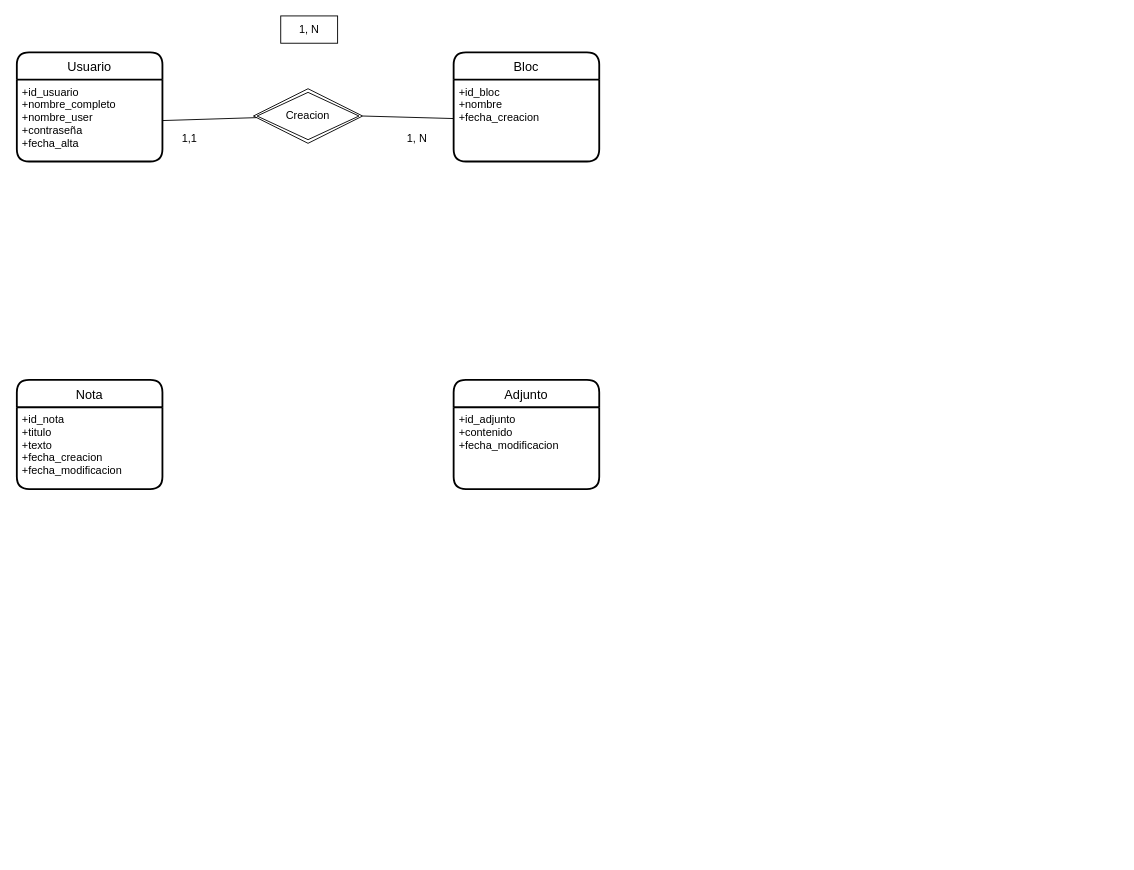
marcosfernandezlopez/Laboratorio-de-redes-y-sistemas-operativos keeps this draw.io diagram as Diagrama sin título.drawio. Above is the earlier version. Source tidied: cells renumbered, new cells numbered last; positions are measured from the earlier drawing's top-left corner, leaving out a move shared by most shapes. Both pictures are drawn from the tidied source at 91%, with x=0, y=0 at pixel (16, 15).
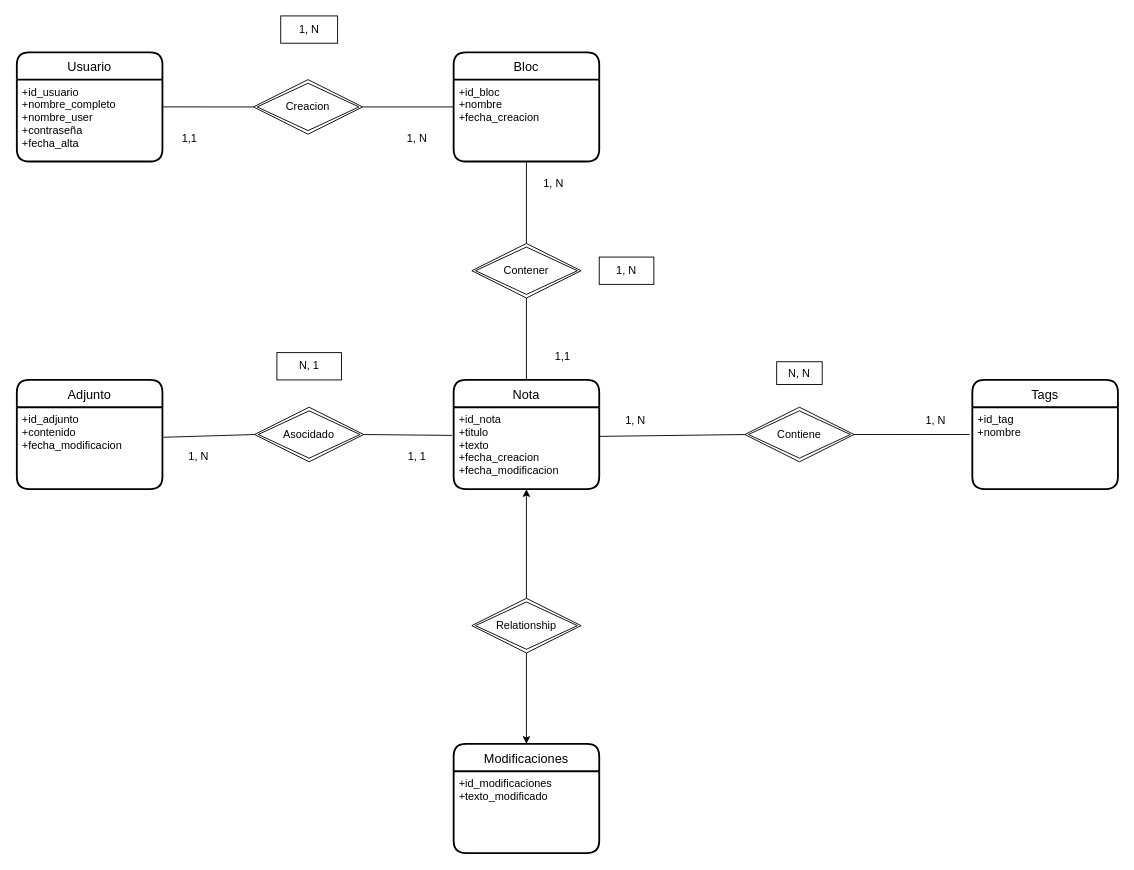
The same diagram, later.

The change refers to these unchanged cells:
```xml
<mxCell id="3" value="+id_usuario&#10;+nombre_completo&#10;+nombre_user&#10;+contraseña&#10;+fecha_alta&#10;" style="align=left;strokeColor=none;fillColor=none;spacingLeft=4;fontSize=12;verticalAlign=top;" parent="2" vertex="1">
  <mxGeometry y="30" width="160" height="90" as="geometry" />
</mxCell>
<mxCell id="4" value="Bloc" style="swimlane;horizontal=1;startSize=30;rounded=1;fontSize=14;fontStyle=0;strokeWidth=2;shadow=0;dashed=0;align=center;" parent="1" vertex="1">
  <mxGeometry x="480" y="40" width="160" height="120" as="geometry" />
</mxCell>
<mxCell id="5" value="+id_bloc&#10;+nombre&#10;+fecha_creacion" style="align=left;strokeColor=none;fillColor=none;spacingLeft=4;fontSize=12;verticalAlign=top;" parent="4" vertex="1">
  <mxGeometry y="30" width="160" height="90" as="geometry" />
</mxCell>
<mxCell id="7" value="+id_nota&#10;+titulo&#10;+texto&#10;+fecha_creacion&#10;+fecha_modificacion" style="align=left;strokeColor=none;fillColor=none;spacingLeft=4;fontSize=12;verticalAlign=top;" parent="6" vertex="1">
  <mxGeometry y="30" width="160" height="90" as="geometry" />
</mxCell>
<mxCell id="9" value="+id_adjunto&#10;+contenido&#10;+fecha_modificacion" style="align=left;strokeColor=none;fillColor=none;spacingLeft=4;fontSize=12;verticalAlign=top;" parent="8" vertex="1">
  <mxGeometry y="30" width="160" height="90" as="geometry" />
</mxCell>
```

What changed in the source:
```diff
@@
     <mxCell id="6" value="Nota" style="swimlane;horizontal=1;startSize=30;rounded=1;fontSize=14;fontStyle=0;strokeWidth=2;shadow=0;dashed=0;align=center;" parent="1" vertex="1">
-      <mxGeometry y="400" width="160" height="120" as="geometry" />
+      <mxGeometry x="480" y="400" width="160" height="120" as="geometry" />
     </mxCell>
@@
     <mxCell id="8" value="Adjunto" style="swimlane;horizontal=1;startSize=30;rounded=1;fontSize=14;fontStyle=0;strokeWidth=2;shadow=0;dashed=0;align=center;" parent="1" vertex="1">
-      <mxGeometry x="480" y="400" width="160" height="120" as="geometry" />
+      <mxGeometry y="400" width="160" height="120" as="geometry" />
     </mxCell>
@@
     <mxCell id="10" value="Creacion" style="shape=rhombus;double=1;perimeter=rhombusPerimeter;whiteSpace=wrap;html=1;align=center;" parent="1" vertex="1">
-      <mxGeometry x="260" y="80" width="120" height="60" as="geometry" />
+      <mxGeometry x="260" y="70" width="120" height="60" as="geometry" />
     </mxCell>
-    <mxCell id="11" style="endArrow=none;html=1;rounded=0;exitX=1;exitY=0.5;exitDx=0;exitDy=0;" parent="1" edge="1" source="3" target="10">
+    <mxCell id="11" style="endArrow=none;html=1;rounded=0;exitX=1;exitY=0.333;exitDx=0;exitDy=0;exitPerimeter=0;entryX=0;entryY=0.5;entryDx=0;entryDy=0;" parent="1" edge="1" source="3" target="10">
       <mxGeometry relative="1" as="geometry" />
     </mxCell>
-    <mxCell id="12" style="endArrow=none;html=1;rounded=0;" parent="1" edge="1" target="5">
-      <mxGeometry relative="1" as="geometry">
-        <mxPoint x="380" y="110" as="sourcePoint" />
-      </mxGeometry>
+    <mxCell id="12" style="endArrow=none;html=1;rounded=0;exitX=1;exitY=0.5;exitDx=0;exitDy=0;entryX=0;entryY=0.5;entryDx=0;entryDy=0;" parent="1" edge="1" source="10" target="4">
+      <mxGeometry relative="1" as="geometry" />
     </mxCell>
@@
+    <mxCell id="16" value="Contener" style="shape=rhombus;double=1;perimeter=rhombusPerimeter;whiteSpace=wrap;html=1;align=center;" parent="1" vertex="1">
+      <mxGeometry x="500" y="250" width="120" height="60" as="geometry" />
+    </mxCell>
+    <mxCell id="17" style="endArrow=none;html=1;rounded=0;entryX=0.5;entryY=1;entryDx=0;entryDy=0;exitX=0.5;exitY=0;exitDx=0;exitDy=0;" parent="1" edge="1" source="16" target="5">
+      <mxGeometry relative="1" as="geometry" />
+    </mxCell>
+    <mxCell id="18" style="endArrow=none;html=1;rounded=0;exitX=0.5;exitY=0;exitDx=0;exitDy=0;entryX=0.5;entryY=1;entryDx=0;entryDy=0;" parent="1" edge="1" source="6" target="16">
+      <mxGeometry relative="1" as="geometry" />
+    </mxCell>
+    <mxCell id="19" value="1, N" style="text;html=1;strokeColor=none;fillColor=none;align=center;verticalAlign=middle;whiteSpace=wrap;rounded=0;" parent="1" vertex="1">
+      <mxGeometry x="560" y="170" width="60" height="30" as="geometry" />
+    </mxCell>
+    <mxCell id="20" value="1,1" style="text;html=1;strokeColor=none;fillColor=none;align=center;verticalAlign=middle;whiteSpace=wrap;rounded=0;" parent="1" vertex="1">
+      <mxGeometry x="570" y="360" width="60" height="30" as="geometry" />
+    </mxCell>
+    <mxCell id="21" value="1, N" style="rounded=0;whiteSpace=wrap;html=1;" parent="1" vertex="1">
+      <mxGeometry x="640" y="265" width="60" height="30" as="geometry" />
+    </mxCell>
+    <mxCell id="22" value="Asocidado" style="shape=rhombus;double=1;perimeter=rhombusPerimeter;whiteSpace=wrap;html=1;align=center;" parent="1" vertex="1">
+      <mxGeometry x="261.2" y="430" width="120" height="60" as="geometry" />
+    </mxCell>
+    <mxCell id="23" style="endArrow=none;html=1;rounded=0;entryX=0;entryY=0.5;entryDx=0;entryDy=0;exitX=1.006;exitY=0.367;exitDx=0;exitDy=0;exitPerimeter=0;" parent="1" edge="1" source="9" target="22">
+      <mxGeometry relative="1" as="geometry" />
+    </mxCell>
+    <mxCell id="24" style="endArrow=none;html=1;rounded=0;entryX=-0.012;entryY=0.344;entryDx=0;entryDy=0;exitX=1;exitY=0.5;exitDx=0;exitDy=0;entryPerimeter=0;" parent="1" edge="1" source="22" target="7">
+      <mxGeometry relative="1" as="geometry" />
+    </mxCell>
+    <mxCell id="25" value="1, 1" style="text;html=1;strokeColor=none;fillColor=none;align=center;verticalAlign=middle;whiteSpace=wrap;rounded=0;" parent="1" vertex="1">
+      <mxGeometry x="410" y="470" width="60" height="30" as="geometry" />
+    </mxCell>
+    <mxCell id="26" value="1, N" style="text;html=1;strokeColor=none;fillColor=none;align=center;verticalAlign=middle;whiteSpace=wrap;rounded=0;" parent="1" vertex="1">
+      <mxGeometry x="170" y="470" width="60" height="30" as="geometry" />
+    </mxCell>
+    <mxCell id="27" value="N, 1" style="rounded=0;whiteSpace=wrap;html=1;" parent="1" vertex="1">
+      <mxGeometry x="285.8" y="370" width="71" height="30" as="geometry" />
+    </mxCell>
+    <mxCell id="28" value="Tags" style="swimlane;horizontal=1;startSize=30;rounded=1;fontSize=14;fontStyle=0;strokeWidth=2;shadow=0;dashed=0;align=center;" parent="1" vertex="1">
+      <mxGeometry x="1050" y="400" width="160" height="120" as="geometry" />
+    </mxCell>
+    <mxCell id="29" value="+id_tag&#10;+nombre" style="align=left;strokeColor=none;fillColor=none;spacingLeft=4;fontSize=12;verticalAlign=top;" parent="28" vertex="1">
+      <mxGeometry y="30" width="160" height="90" as="geometry" />
+    </mxCell>
+    <mxCell id="30" value="Contiene" style="shape=rhombus;double=1;perimeter=rhombusPerimeter;whiteSpace=wrap;html=1;align=center;" parent="1" vertex="1">
+      <mxGeometry x="800" y="430" width="120" height="60" as="geometry" />
+    </mxCell>
+    <mxCell id="31" style="endArrow=none;html=1;rounded=0;entryX=0;entryY=0.5;entryDx=0;entryDy=0;exitX=1;exitY=0.356;exitDx=0;exitDy=0;exitPerimeter=0;" parent="1" edge="1" source="7" target="30">
+      <mxGeometry relative="1" as="geometry" />
+    </mxCell>
+    <mxCell id="32" style="endArrow=none;html=1;rounded=0;exitX=1;exitY=0.5;exitDx=0;exitDy=0;entryX=-0.019;entryY=0.333;entryDx=0;entryDy=0;entryPerimeter=0;" parent="1" edge="1" source="30" target="29">
+      <mxGeometry relative="1" as="geometry" />
+    </mxCell>
+    <mxCell id="33" value="1, N" style="text;html=1;strokeColor=none;fillColor=none;align=center;verticalAlign=middle;whiteSpace=wrap;rounded=0;" parent="1" vertex="1">
+      <mxGeometry x="650" y="430" width="60" height="30" as="geometry" />
+    </mxCell>
+    <mxCell id="34" value="1, N" style="text;html=1;strokeColor=none;fillColor=none;align=center;verticalAlign=middle;whiteSpace=wrap;rounded=0;" parent="1" vertex="1">
+      <mxGeometry x="980" y="430" width="60" height="30" as="geometry" />
+    </mxCell>
+    <mxCell id="35" value="N, N" style="rounded=0;whiteSpace=wrap;html=1;" parent="1" vertex="1">
+      <mxGeometry x="835" y="380" width="50" height="25" as="geometry" />
+    </mxCell>
+    <mxCell id="36" style="edgeStyle=orthogonalEdgeStyle;rounded=0;jettySize=auto;html=1;exitX=0.5;exitY=0;exitDx=0;exitDy=0;entryX=0.5;entryY=1;entryDx=0;entryDy=0;" parent="1" edge="1" source="38" target="7">
+      <mxGeometry relative="1" as="geometry" />
+    </mxCell>
+    <mxCell id="37" style="edgeStyle=orthogonalEdgeStyle;rounded=0;jettySize=auto;html=1;entryX=0.5;entryY=0;entryDx=0;entryDy=0;" parent="1" edge="1" source="38" target="39">
+      <mxGeometry relative="1" as="geometry" />
+    </mxCell>
+    <mxCell id="38" value="Relationship" style="shape=rhombus;double=1;perimeter=rhombusPerimeter;whiteSpace=wrap;html=1;align=center;" parent="1" vertex="1">
+      <mxGeometry x="500" y="640" width="120" height="60" as="geometry" />
+    </mxCell>
+    <mxCell id="39" value="Modificaciones" style="swimlane;horizontal=1;startSize=30;rounded=1;fontSize=14;fontStyle=0;strokeWidth=2;shadow=0;dashed=0;align=center;" parent="1" vertex="1">
+      <mxGeometry x="480" y="800" width="160" height="120" as="geometry" />
+    </mxCell>
+    <mxCell id="40" value="+id_modificaciones&#10;+texto_modificado" style="align=left;strokeColor=none;fillColor=none;spacingLeft=4;fontSize=12;verticalAlign=top;" parent="39" vertex="1">
+      <mxGeometry y="30" width="160" height="90" as="geometry" />
+    </mxCell>
```
